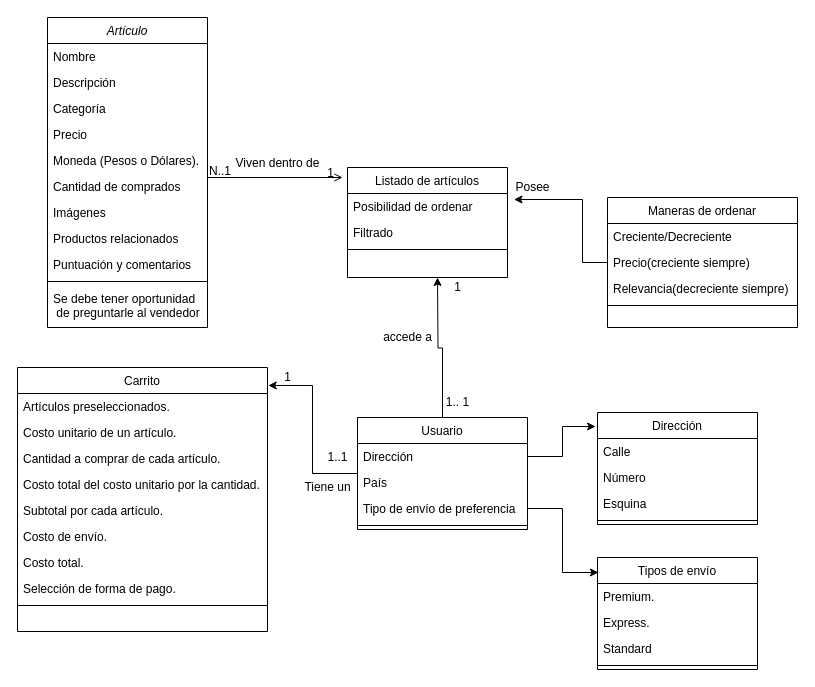
This is Untitled Diagram.drawio from ianarazny/works, a draw.io file, before an edit. Source tidied: cells renumbered, new cells numbered last; positions are measured from the earlier drawing's top-left corner, leaving out a move shared by most shapes. Both pictures are drawn from the tidied source at 100%, with x=0, y=0 at pixel (17, 17).
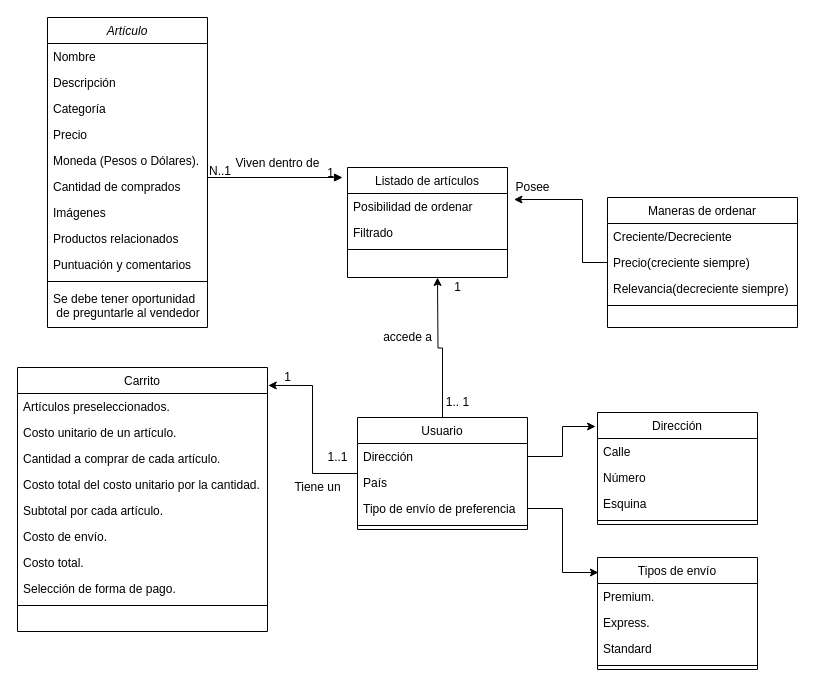
The same page after the edit.

The change refers to these unchanged cells:
```xml
<mxCell id="2" value="Artículo" style="swimlane;fontStyle=2;align=center;verticalAlign=top;horizontal=1;startSize=26;rounded=0;shadow=0;strokeWidth=1;" parent="1" vertex="1">
  <mxGeometry x="30" width="160" height="310" as="geometry" />
</mxCell>
<mxCell id="31" value="Listado de artículos" style="swimlane;fontStyle=0;align=center;verticalAlign=top;horizontal=1;startSize=26;rounded=0;shadow=0;strokeWidth=1;" parent="1" vertex="1">
  <mxGeometry x="330" y="150" width="160" height="110" as="geometry" />
</mxCell>
```

What changed in the source:
```diff
@@
-    <mxCell id="35" style="endArrow=open;shadow=0;strokeWidth=1;rounded=0;endFill=1;edgeStyle=elbowEdgeStyle;elbow=vertical;entryX=-0.031;entryY=0.091;entryDx=0;entryDy=0;entryPerimeter=0;" parent="1" edge="1" source="2" target="31">
+    <mxCell id="35" style="endArrow=block;shadow=0;strokeWidth=1;rounded=0;endFill=1;edgeStyle=elbowEdgeStyle;elbow=vertical;entryX=-0.031;entryY=0.091;entryDx=0;entryDy=0;entryPerimeter=0;" parent="1" edge="1" source="2" target="31">
       <mxGeometry x="0.5" y="41" relative="1" as="geometry">
         <Array as="points">
           <mxPoint x="260" y="160" />
           <mxPoint x="260" y="205" />
           <mxPoint x="230" y="170" />
           <mxPoint x="220" y="205" />
           <mxPoint x="180" y="170" />
         </Array>
         <mxPoint x="-40" y="32" as="offset" />
       </mxGeometry>
     </mxCell>
@@
     <mxCell id="59" value="Tiene un" style="text;html=1;align=center;verticalAlign=middle;strokeColor=none;" parent="1" vertex="1">
-      <mxGeometry x="280" y="460" width="60" height="20" as="geometry" />
+      <mxGeometry x="270" y="460" width="60" height="20" as="geometry" />
     </mxCell>
```
